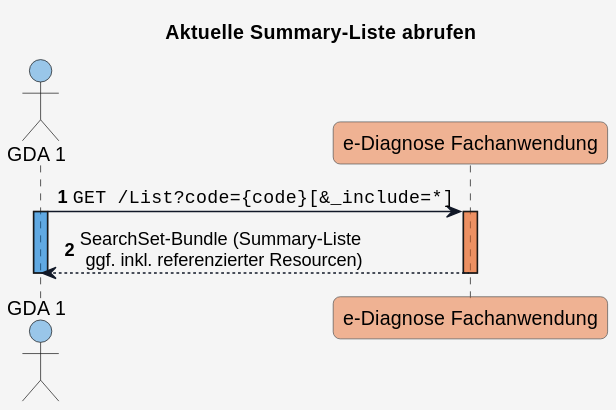
Earlier version of the PlantUML export r4-ELGA-e-Diagnose-main/en/plantuml/read_summary_list.svg (HL7Austria/hl7austria.github.io). Its diagram source:
```plantuml
@startuml
title Aktuelle Summary-Liste abrufen

skinparam borderColor #000000
skinparam backgroundColor #f5f5f5
skinparam shadowing false
skinparam roundCorner 10
skinparam defaultFontName "Arial"
skinparam defaultFontSize 14
skinparam defaultFontColor #000000

skinparam note {
  BackgroundColor #e0e5f0-#d1d9e6
  BorderColor #8b95a5
  BorderThickness 1
  RoundCorner 8
  Padding 6
  FontColor #111827
  Shadowing true
}

skinparam HyperlinkColor #0000EE
skinparam HyperlinkUnderline false

skinparam sequence {
  ParticipantBorderColor #555555
  ParticipantBackgroundColor #ffffff
  ParticipantFontColor #000000
  ParticipantFontSize 14
  ParticipantPadding 20
  ArrowColor #111827
  ArrowThickness 1
  ArrowFontColor #000000
  ArrowFontSize 13
  GroupBorderColor #111827
  GroupBackgroundColor #eef2ff
  GroupBorderThickness 2
}

!define COLOR_GDA_1    #0078D460
!define COLOR_GDA_2    #8764B860
!define COLOR_PATIENT  #00950560
!define COLOR_APO      #00B7C360
!define COLOR_DIAG_FA  #E9713280
!define COLOR_E_REZEPT #E7485660

!define COLOR_OK       #50E6FF25
!define COLOR_ERROR    #FF8C0035

actor GDA_1 as "GDA 1" COLOR_GDA_1
participant eDiag_FA as "e-Diagnose Fachanwendung" COLOR_DIAG_FA

autonumber

GDA_1 -> eDiag_FA: ""GET /List?code={code}[&_include=*]""
activate GDA_1 COLOR_GDA_1
activate eDiag_FA COLOR_DIAG_FA

eDiag_FA --> GDA_1: SearchSet-Bundle (Summary-Liste\n ggf. inkl. referenzierter Resourcen)

deactivate GDA_1
deactivate eDiag_FA
@enduml
```
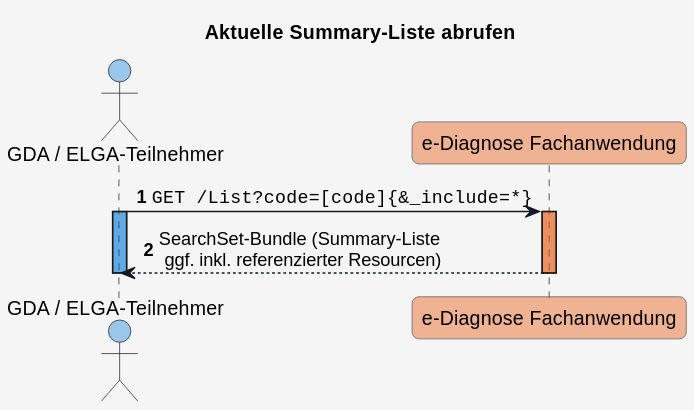
After the commit.

What changed in the source:
```diff
@@ -37,7 +37,7 @@
   GroupBorderThickness 2
 }
 
-!define COLOR_GDA_1    #0078D460
+!define COLOR_USER_1    #0078D460
 !define COLOR_GDA_2    #8764B860
 !define COLOR_PATIENT  #00950560
 !define COLOR_APO      #00B7C360
@@ -47,17 +47,17 @@
 !define COLOR_OK       #50E6FF25
 !define COLOR_ERROR    #FF8C0035
 
-actor GDA_1 as "GDA 1" COLOR_GDA_1
+actor USER_1 as "GDA / ELGA-Teilnehmer" COLOR_USER_1
 participant eDiag_FA as "e-Diagnose Fachanwendung" COLOR_DIAG_FA
 
 autonumber
 
-GDA_1 -> eDiag_FA: ""GET /List?code={code}[&_include=*]""
-activate GDA_1 COLOR_GDA_1
+USER_1 -> eDiag_FA: ""GET /List?code=[code]{&_include=*}""
+activate USER_1 COLOR_USER_1
 activate eDiag_FA COLOR_DIAG_FA
 
-eDiag_FA --> GDA_1: SearchSet-Bundle (Summary-Liste\n ggf. inkl. referenzierter Resourcen)
+eDiag_FA --> USER_1: SearchSet-Bundle (Summary-Liste\n ggf. inkl. referenzierter Resourcen)
 
-deactivate GDA_1
+deactivate USER_1
 deactivate eDiag_FA
 @enduml
```
